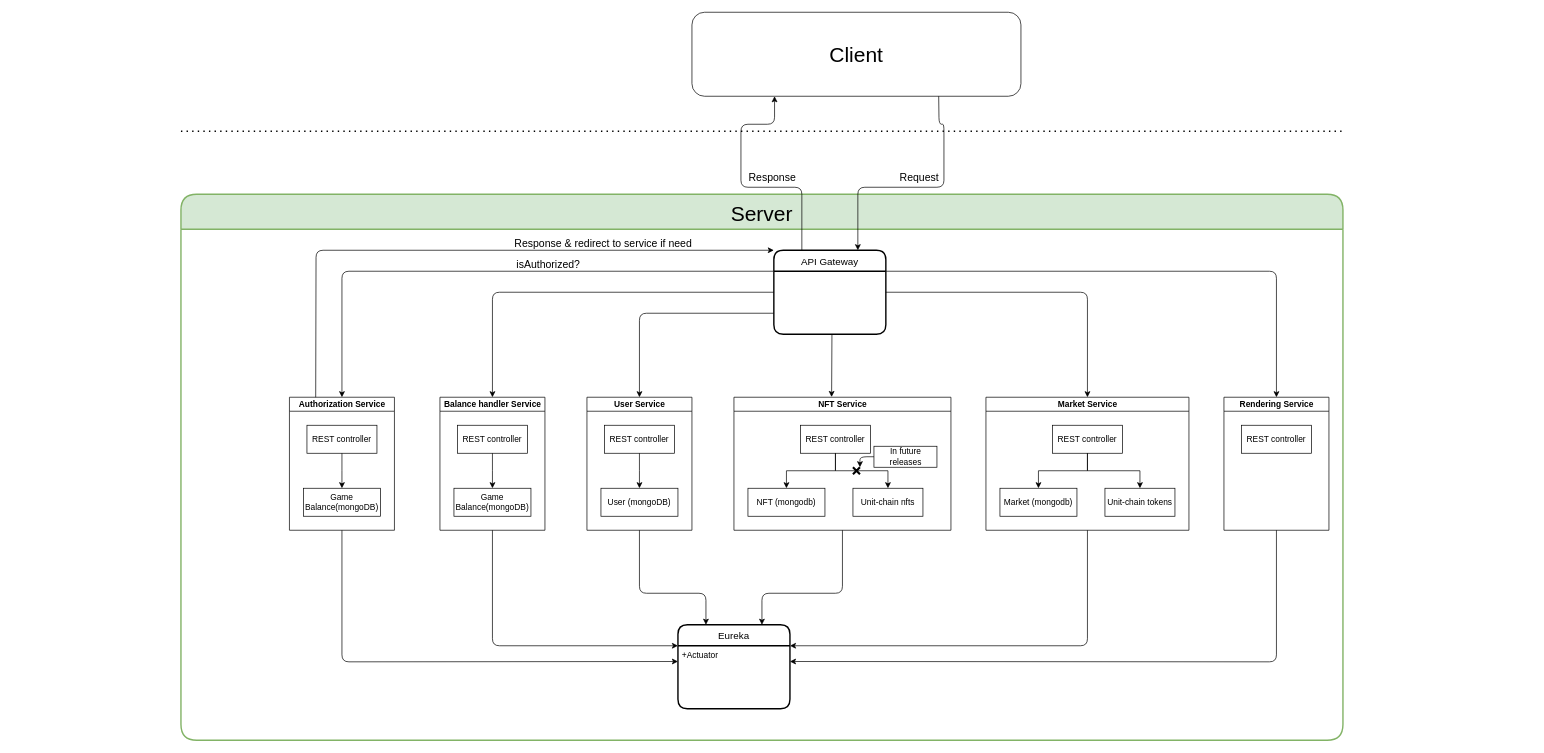
This is documents/architecture_scheme/Architecture of microservices.drawio from g2px1/RebornCashBackend, a draw.io file, before an edit. Source tidied: cells renumbered, new cells numbered last; positions are measured from the earlier drawing's top-left corner, leaving out a move shared by most shapes. Both pictures are drawn from the tidied source at 70%, with x=0, y=0 at pixel (181, 12).
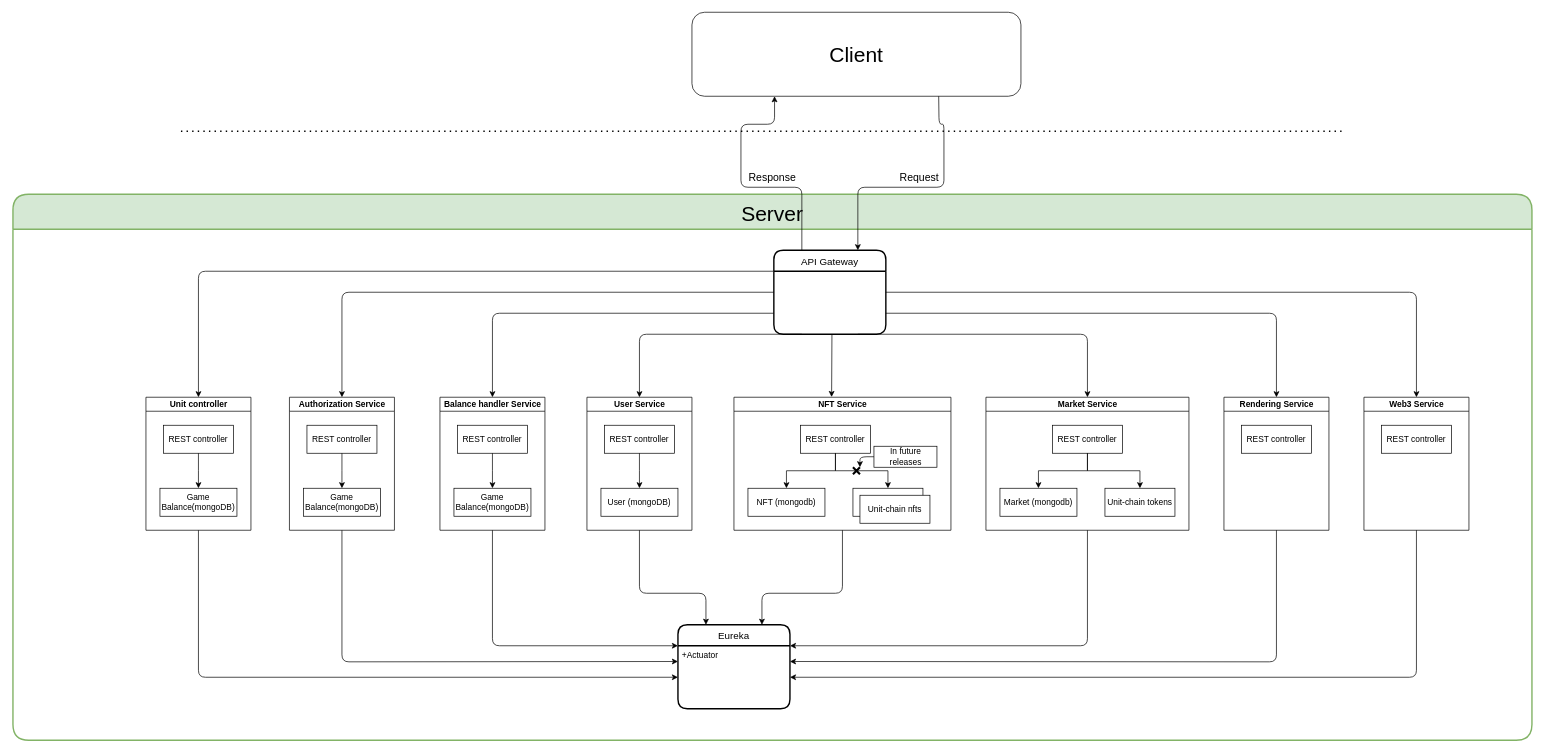
The same diagram, later.

The change refers to these unchanged cells:
```xml
<mxCell id="3" value="Balance handler Service" style="swimlane;html=1;startSize=20;horizontal=1;horizontalTree=0;containerType=tree;" parent="1" vertex="1">
  <mxGeometry x="370" y="550" width="150" height="190" as="geometry" />
</mxCell>
<mxCell id="7" value="User Service" style="swimlane;html=1;startSize=20;horizontal=1;horizontalTree=0;containerType=tree;" parent="1" vertex="1">
  <mxGeometry x="580" y="550" width="150" height="190" as="geometry" />
</mxCell>
<mxCell id="20" value="Market Service" style="swimlane;html=1;startSize=20;horizontal=1;horizontalTree=0;containerType=tree;" parent="1" vertex="1">
  <mxGeometry x="1150" y="550" width="290" height="190" as="geometry" />
</mxCell>
<mxCell id="27" value="+Actuator" style="align=left;strokeColor=none;fillColor=none;spacingLeft=4;fontSize=12;verticalAlign=top;" parent="26" vertex="1">
  <mxGeometry y="30" width="160" height="90" as="geometry" />
</mxCell>
<mxCell id="32" value="Rendering Service" style="swimlane;html=1;startSize=20;horizontal=1;horizontalTree=0;containerType=tree;" parent="1" vertex="1">
  <mxGeometry x="1490" y="550" width="150" height="190" as="geometry" />
</mxCell>
<mxCell id="35" value="API Gateway" style="swimlane;horizontal=1;startSize=30;rounded=1;fontSize=14;fontStyle=0;strokeWidth=2;shadow=0;dashed=0;align=center;" parent="1" vertex="1">
  <mxGeometry x="847" y="340" width="160" height="120" as="geometry" />
</mxCell>
<mxCell id="46" value="Authorization Service" style="swimlane;html=1;startSize=20;horizontal=1;horizontalTree=0;containerType=tree;" parent="1" vertex="1">
  <mxGeometry x="155" y="550" width="150" height="190" as="geometry" />
</mxCell>
```

Change to the diagram source:
```diff
@@
-    <mxCell id="2" value="Server" style="swimlane;horizontal=1;startSize=50;rounded=1;fontSize=30;fontStyle=0;strokeWidth=2;shadow=0;dashed=0;align=center;fillColor=#d5e8d4;strokeColor=#82b366;" parent="1" vertex="1">
-      <mxGeometry y="260" width="1660" height="780" as="geometry" />
+    <mxCell id="2" value="Server" style="swimlane;horizontal=1;startSize=50;rounded=1;fontSize=30;fontStyle=0;strokeWidth=2;shadow=0;dashed=0;align=center;fillColor=#d5e8d4;strokeColor=#82b366;swimlaneLine=1;" parent="1" vertex="1">
+      <mxGeometry x="-240" y="260" width="2170" height="780" as="geometry" />
     </mxCell>
@@
-    <mxCell id="36" style="endArrow=classic;html=1;exitX=0;exitY=0.5;exitDx=0;exitDy=0;entryX=0.5;entryY=0;entryDx=0;entryDy=0;" parent="1" edge="1" source="35" target="3">
+    <mxCell id="36" style="endArrow=classic;html=1;exitX=0;exitY=0.75;exitDx=0;exitDy=0;entryX=0.5;entryY=0;entryDx=0;entryDy=0;" parent="1" edge="1" source="35" target="3">
       <mxGeometry relative="1" as="geometry">
         <Array as="points">
-          <mxPoint x="445" y="400" />
+          <mxPoint x="445" y="430" />
         </Array>
       </mxGeometry>
     </mxCell>
-    <mxCell id="37" style="endArrow=classic;html=1;exitX=0;exitY=0.75;exitDx=0;exitDy=0;entryX=0.5;entryY=0;entryDx=0;entryDy=0;" parent="1" edge="1" source="35" target="7">
+    <mxCell id="37" style="endArrow=classic;html=1;exitX=0.25;exitY=1;exitDx=0;exitDy=0;entryX=0.5;entryY=0;entryDx=0;entryDy=0;" parent="1" edge="1" source="35" target="7">
       <mxGeometry relative="1" as="geometry">
         <Array as="points">
-          <mxPoint x="655" y="430" />
+          <mxPoint x="655" y="460" />
         </Array>
       </mxGeometry>
     </mxCell>
@@
-    <mxCell id="39" style="endArrow=classic;html=1;entryX=0.5;entryY=0;entryDx=0;entryDy=0;exitX=1;exitY=0.5;exitDx=0;exitDy=0;" parent="1" edge="1" source="35" target="20">
+    <mxCell id="39" style="endArrow=classic;html=1;entryX=0.5;entryY=0;entryDx=0;entryDy=0;exitX=0.75;exitY=1;exitDx=0;exitDy=0;" parent="1" edge="1" source="35" target="20">
       <mxGeometry relative="1" as="geometry">
         <Array as="points">
-          <mxPoint x="1295" y="400" />
+          <mxPoint x="1295" y="460" />
         </Array>
       </mxGeometry>
     </mxCell>
-    <mxCell id="40" style="endArrow=classic;html=1;entryX=0.5;entryY=0;entryDx=0;entryDy=0;exitX=1;exitY=0.25;exitDx=0;exitDy=0;" parent="1" edge="1" source="35" target="32">
+    <mxCell id="40" style="endArrow=classic;html=1;entryX=0.5;entryY=0;entryDx=0;entryDy=0;exitX=1;exitY=0.75;exitDx=0;exitDy=0;" parent="1" edge="1" source="35" target="32">
       <mxGeometry relative="1" as="geometry">
         <Array as="points">
-          <mxPoint x="1565" y="370" />
+          <mxPoint x="1565" y="430" />
         </Array>
       </mxGeometry>
     </mxCell>
@@
-    <mxCell id="50" style="endArrow=classic;html=1;exitX=0;exitY=0.25;exitDx=0;exitDy=0;entryX=0.5;entryY=0;entryDx=0;entryDy=0;" parent="1" edge="1" source="35" target="46">
+    <mxCell id="50" style="endArrow=classic;html=1;exitX=0;exitY=0.5;exitDx=0;exitDy=0;entryX=0.5;entryY=0;entryDx=0;entryDy=0;" parent="1" edge="1" source="35" target="46">
       <mxGeometry relative="1" as="geometry">
         <Array as="points">
-          <mxPoint x="230" y="370" />
+          <mxPoint x="230" y="400" />
         </Array>
       </mxGeometry>
     </mxCell>
@@
-    <mxCell id="53" style="endArrow=classic;html=1;exitX=0.25;exitY=0;exitDx=0;exitDy=0;entryX=0;entryY=0;entryDx=0;entryDy=0;" parent="1" edge="1" source="46" target="35">
-      <mxGeometry relative="1" as="geometry">
-        <Array as="points">
-          <mxPoint x="193" y="340" />
-        </Array>
-      </mxGeometry>
-    </mxCell>
-    <mxCell id="54" value="isAuthorized?" style="text;html=1;strokeColor=none;fillColor=none;align=center;verticalAlign=middle;whiteSpace=wrap;rounded=0;fontSize=15;" parent="1" vertex="1">
-      <mxGeometry x="480" y="350" width="90" height="20" as="geometry" />
-    </mxCell>
-    <mxCell id="55" value="Response &amp;amp; redirect to service if need" style="text;html=1;strokeColor=none;fillColor=none;align=center;verticalAlign=middle;whiteSpace=wrap;rounded=0;fontSize=15;" parent="1" vertex="1">
-      <mxGeometry x="475" y="320" width="257" height="20" as="geometry" />
-    </mxCell>
@@
+    <mxCell id="57" value="Unit controller" style="swimlane;html=1;startSize=20;horizontal=1;horizontalTree=0;containerType=tree;" parent="1" vertex="1">
+      <mxGeometry x="-50" y="550" width="150" height="190" as="geometry" />
+    </mxCell>
+    <mxCell id="58" value="REST controller" style="whiteSpace=wrap;html=1;" parent="57" vertex="1">
+      <mxGeometry x="25" y="40" width="100" height="40" as="geometry" />
+    </mxCell>
+    <mxCell id="59" value="Game Balance(mongoDB)" style="whiteSpace=wrap;html=1;" parent="57" vertex="1">
+      <mxGeometry x="20" y="130" width="110" height="40" as="geometry" />
+    </mxCell>
+    <mxCell id="60" style="edgeStyle=elbowEdgeStyle;elbow=vertical;html=1;rounded=0;" parent="57" edge="1" source="58" target="59">
+      <mxGeometry relative="1" as="geometry" />
+    </mxCell>
+    <mxCell id="61" style="endArrow=classic;html=1;entryX=0;entryY=0.5;entryDx=0;entryDy=0;exitX=0.5;exitY=1;exitDx=0;exitDy=0;" parent="1" edge="1" source="57" target="27">
+      <mxGeometry relative="1" as="geometry">
+        <Array as="points">
+          <mxPoint x="25" y="950" />
+        </Array>
+      </mxGeometry>
+    </mxCell>
+    <mxCell id="62" style="endArrow=classic;html=1;exitX=0;exitY=0.25;exitDx=0;exitDy=0;entryX=0.5;entryY=0;entryDx=0;entryDy=0;" parent="1" edge="1" source="35" target="57">
+      <mxGeometry relative="1" as="geometry">
+        <Array as="points">
+          <mxPoint x="25" y="370" />
+        </Array>
+      </mxGeometry>
+    </mxCell>
+    <mxCell id="63" value="Web3 Service" style="swimlane;html=1;startSize=20;horizontal=1;horizontalTree=0;containerType=tree;" parent="1" vertex="1">
+      <mxGeometry x="1690" y="550" width="150" height="190" as="geometry" />
+    </mxCell>
+    <mxCell id="64" value="REST controller" style="whiteSpace=wrap;html=1;" parent="63" vertex="1">
+      <mxGeometry x="25" y="40" width="100" height="40" as="geometry" />
+    </mxCell>
+    <mxCell id="65" style="endArrow=classic;html=1;entryX=0.5;entryY=0;entryDx=0;entryDy=0;exitX=1;exitY=0.5;exitDx=0;exitDy=0;" parent="1" edge="1" source="35" target="63">
+      <mxGeometry relative="1" as="geometry">
+        <Array as="points">
+          <mxPoint x="1765" y="400" />
+        </Array>
+      </mxGeometry>
+    </mxCell>
+    <mxCell id="66" style="endArrow=classic;html=1;exitX=0.5;exitY=1;exitDx=0;exitDy=0;entryX=1;entryY=0.5;entryDx=0;entryDy=0;" parent="1" edge="1" source="63" target="27">
+      <mxGeometry relative="1" as="geometry">
+        <Array as="points">
+          <mxPoint x="1765" y="950" />
+        </Array>
+      </mxGeometry>
+    </mxCell>
+    <mxCell id="67" value="Unit-chain nfts" style="whiteSpace=wrap;html=1;" parent="1" vertex="1">
+      <mxGeometry x="970" y="690" width="100" height="40" as="geometry" />
+    </mxCell>
```
